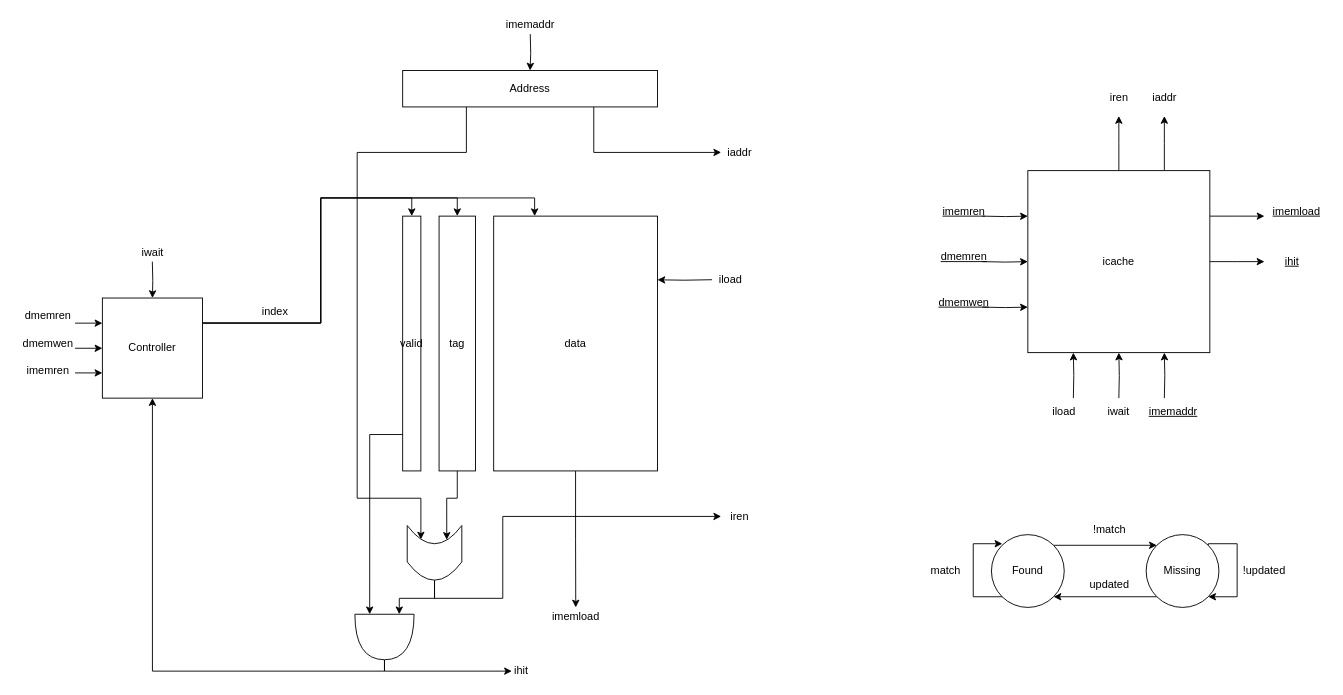
Before: page "Page-1" (1 of 2) of Caches.drawio in dsrasheed/ece437, a draw.io diagram. Source tidied: cells renumbered, new cells numbered last; positions are measured from the earlier drawing's top-left corner, leaving out a move shared by most shapes. Both pictures are drawn from the tidied source at 91%, with x=0, y=0 at pixel (15, 15).
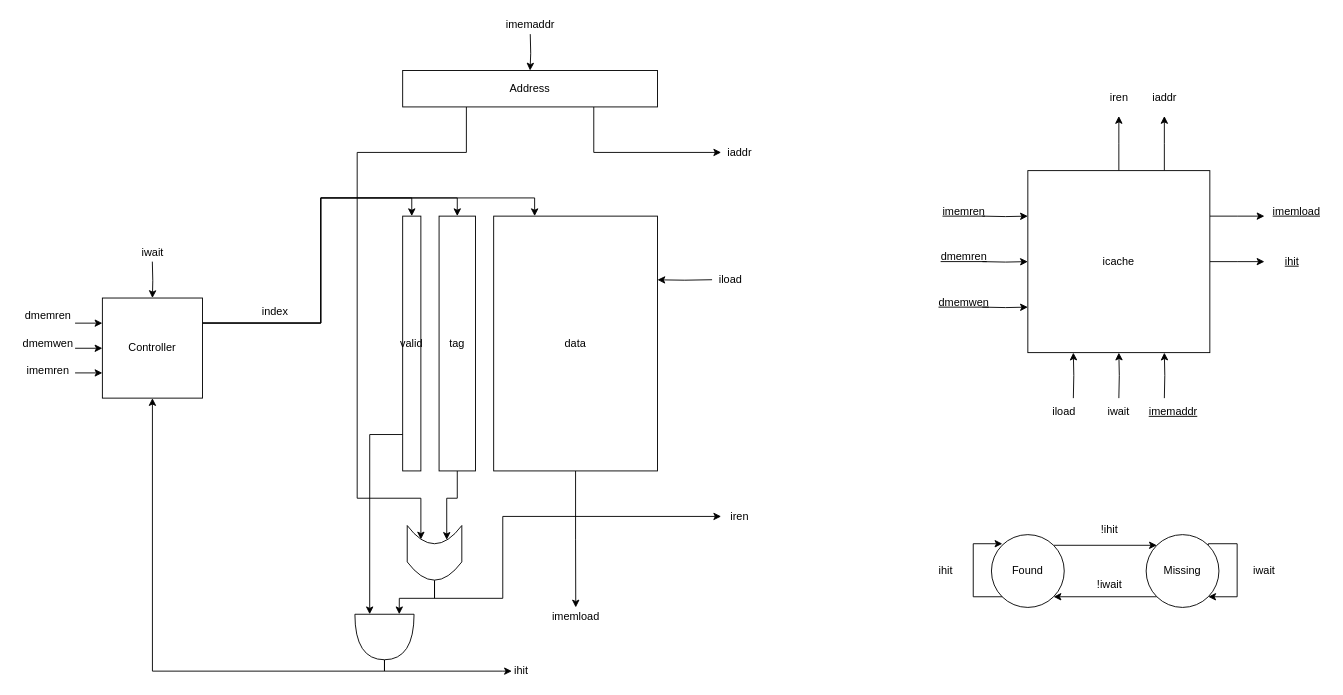
Above is the later version.

What changed in the source:
```diff
@@
-    <mxCell id="29" value="!match" style="text;html=1;strokeColor=none;fillColor=none;align=center;verticalAlign=middle;whiteSpace=wrap;rounded=0;" parent="1" vertex="1">
+    <mxCell id="29" value="!ihit" style="text;html=1;strokeColor=none;fillColor=none;align=center;verticalAlign=middle;whiteSpace=wrap;rounded=0;" parent="1" vertex="1">
       <mxGeometry x="1172" y="550" width="60" height="30" as="geometry" />
     </mxCell>
-    <mxCell id="30" value="updated" style="text;html=1;strokeColor=none;fillColor=none;align=center;verticalAlign=middle;whiteSpace=wrap;rounded=0;" parent="1" vertex="1">
+    <mxCell id="30" value="!iwait" style="text;html=1;strokeColor=none;fillColor=none;align=center;verticalAlign=middle;whiteSpace=wrap;rounded=0;" parent="1" vertex="1">
       <mxGeometry x="1172" y="610" width="60" height="30" as="geometry" />
     </mxCell>
-    <mxCell id="31" value="!updated" style="text;html=1;strokeColor=none;fillColor=none;align=center;verticalAlign=middle;whiteSpace=wrap;rounded=0;" parent="1" vertex="1">
+    <mxCell id="31" value="iwait" style="text;html=1;strokeColor=none;fillColor=none;align=center;verticalAlign=middle;whiteSpace=wrap;rounded=0;" parent="1" vertex="1">
       <mxGeometry x="1342" y="595" width="60" height="30" as="geometry" />
     </mxCell>
-    <mxCell id="32" value="match" style="text;html=1;strokeColor=none;fillColor=none;align=center;verticalAlign=middle;whiteSpace=wrap;rounded=0;" parent="1" vertex="1">
+    <mxCell id="32" value="ihit" style="text;html=1;strokeColor=none;fillColor=none;align=center;verticalAlign=middle;whiteSpace=wrap;rounded=0;" parent="1" vertex="1">
       <mxGeometry x="992" y="595" width="60" height="30" as="geometry" />
     </mxCell>
```
